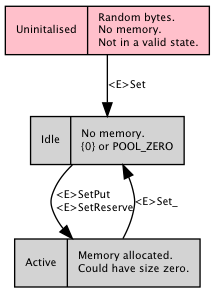
Above: web/states.png in neil-edelman/boxes (Graphviz), before the change. Its source is kept beside it as web/states.gv.
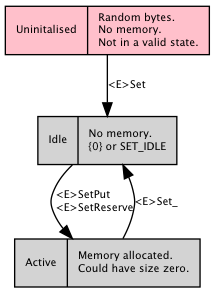
After the change.

Diff of the diagram source:
```diff
@@ -6,7 +6,7 @@
 
 	node [ shape=record, style=filled ];
 	null [ label = "Uninitalised|Random bytes.\lNo memory.\lNot in a valid state.\l", fillcolor = pink ];
-	static [ label = "Idle|No memory.\l\{0\} or POOL_ZERO\l" ];
+	static [ label = "Idle|No memory.\l\{0\} or SET_IDLE\l" ];
 	dynamic [ label = "Active|Memory allocated.\lCould have size zero.\l" ];
 	null -> static [ label = "<E>Set" ];
 	static -> dynamic [ label = "<E>SetPut\l<E>SetReserve" ];
```
